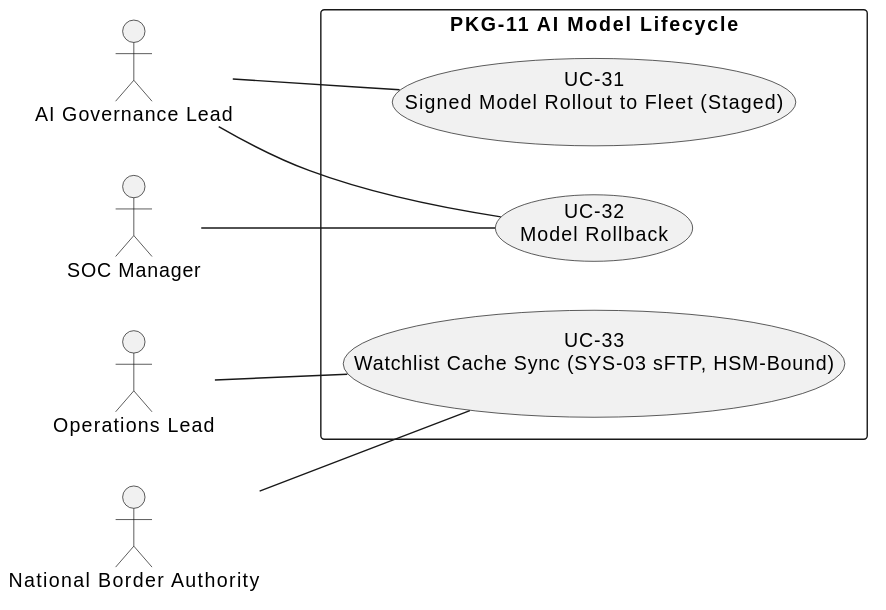
The PlantUML diagram 02_CASES/Case_02_SecureBorder_Solutions/03_PHASE3_DECOMPOSITION/annexes/svg/A_s5_pkg_11_ai_model_lifecycle_3_use_cases.svg in pauloribeiro16/Methodology_compact, before a commit.
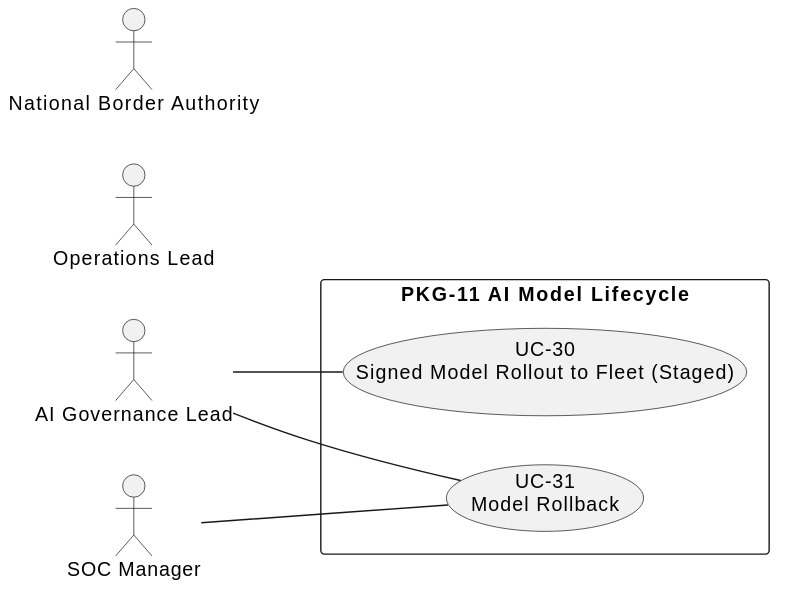
The same diagram one commit later.

The edit, as a diff of the source:
```diff
@@ -5,13 +5,10 @@
 actor "SOC Manager" as SOC
 actor "National Border Authority" as NBA
 rectangle "PKG-11 AI Model Lifecycle" {
-usecase "UC-31\nSigned Model Rollout to Fleet (Staged)" as UC1121
-usecase "UC-32\nModel Rollback" as UC1131
-usecase "UC-33\nWatchlist Cache Sync (SYS-03 sFTP, HSM-Bound)" as UC1151
+usecase "UC-30\nSigned Model Rollout to Fleet (Staged)" as UC1121
+usecase "UC-31\nModel Rollback" as UC1131
 }
 AIG -- UC1121
 AIG -- UC1131
-OPS -- UC1151
 SOC -- UC1131
-NBA -- UC1151
 @enduml
```
